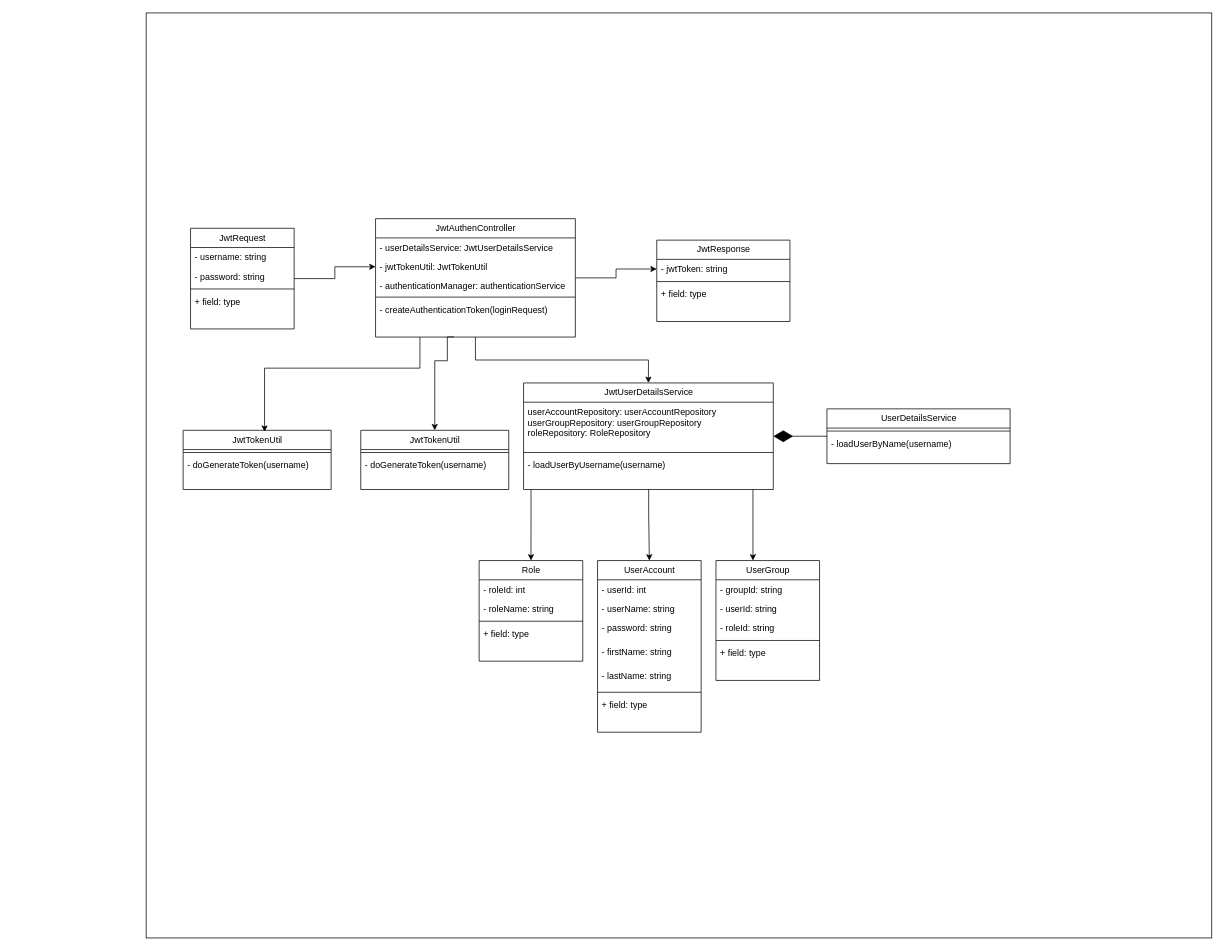
The draw.io diagram page "ClassDiagramLogin" (5 of 8) of Doc/Untitled Diagram.drawio in SWD392/SmallQuiz, before the edit. Source tidied: cells renumbered, new cells numbered last; positions are measured from the earlier drawing's top-left corner, leaving out a move shared by most shapes. Both pictures are drawn from the tidied source at 74%, with x=0, y=0 at pixel (146, 13).
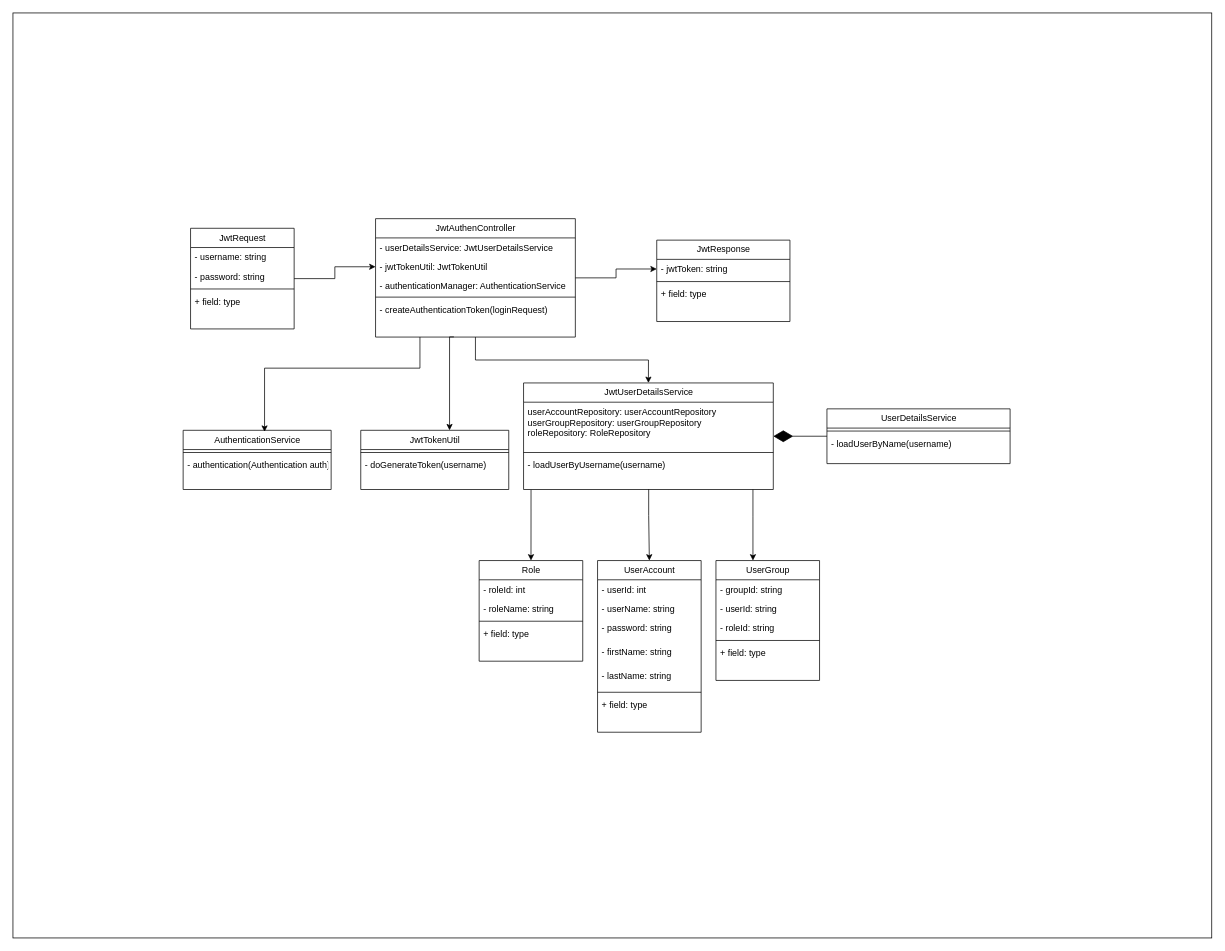
Above is the later version.

Unchanged cells that the change refers to:
```xml
<mxCell id="11" value="JwtAuthenController" style="swimlane;fontStyle=0;horizontal=1;startSize=26;fillColor=none;rounded=0;strokeColor=default;fontFamily=Helvetica;fontSize=12;fontColor=default;html=1;" parent="1" vertex="1">
  <mxGeometry x="310" y="278" width="270" height="160" as="geometry" />
</mxCell>
<mxCell id="16" value="- createAuthenticationToken(loginRequest)&#10;" style="text;strokeColor=none;fillColor=none;align=left;verticalAlign=top;spacingLeft=4;spacingRight=4;overflow=hidden;points=[[0,0.5],[1,0.5]];portConstraint=eastwest;fontSize=12;fontFamily=Helvetica;fontColor=default;" parent="11" vertex="1">
  <mxGeometry y="110" width="270" height="50" as="geometry" />
</mxCell>
<mxCell id="51" value="JwtTokenUtil" style="swimlane;fontStyle=0;horizontal=1;startSize=26;fillColor=none;rounded=0;strokeColor=default;fontFamily=Helvetica;fontSize=12;fontColor=default;html=1;" parent="1" vertex="1">
  <mxGeometry x="290" y="564" width="200" height="80" as="geometry" />
</mxCell>
```

Change to the diagram source:
```diff
@@
     <mxCell id="2" style="rounded=0;whiteSpace=wrap;html=1;" parent="1" vertex="1">
-      <mxGeometry width="1440" height="1250" as="geometry" />
+      <mxGeometry x="-180" width="1620" height="1250" as="geometry" />
     </mxCell>
@@
-    <mxCell id="14" value="- authenticationManager: authenticationService" style="text;strokeColor=none;fillColor=none;align=left;verticalAlign=top;spacingLeft=4;spacingRight=4;overflow=hidden;fontSize=12;fontFamily=Helvetica;fontColor=default;" parent="11" vertex="1">
+    <mxCell id="14" value="- authenticationManager: AuthenticationService" style="text;strokeColor=none;fillColor=none;align=left;verticalAlign=top;spacingLeft=4;spacingRight=4;overflow=hidden;fontSize=12;fontFamily=Helvetica;fontColor=default;" parent="11" vertex="1">
       <mxGeometry y="78" width="270" height="24" as="geometry" />
     </mxCell>
@@
     <mxCell id="54" style="edgeStyle=orthogonalEdgeStyle;rounded=0;jettySize=auto;html=1;fontFamily=Helvetica;fontSize=12;fontColor=default;exitX=0.392;exitY=0.995;exitDx=0;exitDy=0;exitPerimeter=0;" parent="1" edge="1" source="16" target="51">
       <mxGeometry relative="1" as="geometry">
         <Array as="points">
-          <mxPoint x="407" y="438" />
-          <mxPoint x="407" y="470" />
-          <mxPoint x="390" y="470" />
+          <mxPoint x="410" y="438" />
         </Array>
       </mxGeometry>
     </mxCell>
-    <mxCell id="55" value="JwtTokenUtil" style="swimlane;fontStyle=0;horizontal=1;startSize=26;fillColor=none;rounded=0;strokeColor=default;fontFamily=Helvetica;fontSize=12;fontColor=default;html=1;" parent="1" vertex="1">
+    <mxCell id="55" value="AuthenticationService" style="swimlane;fontStyle=0;horizontal=1;startSize=26;fillColor=none;rounded=0;strokeColor=default;fontFamily=Helvetica;fontSize=12;fontColor=default;html=1;" parent="1" vertex="1">
       <mxGeometry x="50" y="564" width="200" height="80" as="geometry" />
     </mxCell>
@@
-    <mxCell id="57" value="- doGenerateToken(username)&#10;" style="text;strokeColor=none;fillColor=none;align=left;verticalAlign=top;spacingLeft=4;spacingRight=4;overflow=hidden;fontSize=12;fontFamily=Helvetica;fontColor=default;" parent="55" vertex="1">
+    <mxCell id="57" value="- authentication(Authentication auth)&#10;" style="text;strokeColor=none;fillColor=none;align=left;verticalAlign=top;spacingLeft=4;spacingRight=4;overflow=hidden;fontSize=12;fontFamily=Helvetica;fontColor=default;" parent="55" vertex="1">
       <mxGeometry y="34" width="200" height="46" as="geometry" />
     </mxCell>
```
